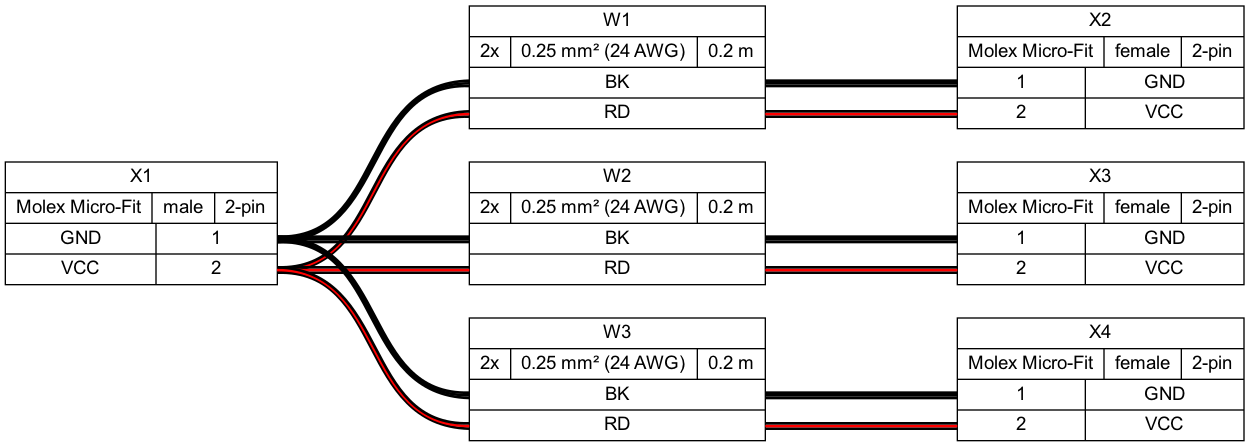
Above: examples/ex02.png in wireviz/WireViz (Graphviz), before the change. Its source is kept beside it as examples/ex02.gv. Source of this version:
```dot
graph {
	graph [bgcolor=transparent fontname=arial nodesep=0.33 rankdir=LR ranksep=2]
	node [fillcolor=white fontname=arial shape=record style=filled]
	edge [fontname=arial style=bold]
	X1 [label="X1|{Molex Micro-Fit|male|2-pin}|{{GND|VCC}|{<p1r>1|<p2r>2}}"]
	X2 [label="X2|{Molex Micro-Fit|female|2-pin}|{{<p1l>1|<p2l>2}|{GND|VCC}}"]
	X3 [label="X3|{Molex Micro-Fit|female|2-pin}|{{<p1l>1|<p2l>2}|{GND|VCC}}"]
	X4 [label="X4|{Molex Micro-Fit|female|2-pin}|{{<p1l>1|<p2l>2}|{GND|VCC}}"]
	W1 [label="W1|{2x|0.25 mm² (24 AWG)|0.2 m}|{{<w1>BK|<w2>RD}}"]
	edge [color="#000000:#000000:#000000"]
	X1:p1r -- W1:w1
	W1:w1 -- X2:p1l
	edge [color="#000000:#ff0000:#000000"]
	X1:p2r -- W1:w2
	W1:w2 -- X2:p2l
	W2 [label="W2|{2x|0.25 mm² (24 AWG)|0.2 m}|{{<w1>BK|<w2>RD}}"]
	edge [color="#000000:#000000:#000000"]
	X1:p1r -- W2:w1
	W2:w1 -- X3:p1l
	edge [color="#000000:#ff0000:#000000"]
	X1:p2r -- W2:w2
	W2:w2 -- X3:p2l
	W3 [label="W3|{2x|0.25 mm² (24 AWG)|0.2 m}|{{<w1>BK|<w2>RD}}"]
	edge [color="#000000:#000000:#000000"]
	X1:p1r -- W3:w1
	W3:w1 -- X4:p1l
	edge [color="#000000:#ff0000:#000000"]
	X1:p2r -- W3:w2
	W3:w2 -- X4:p2l
}
```
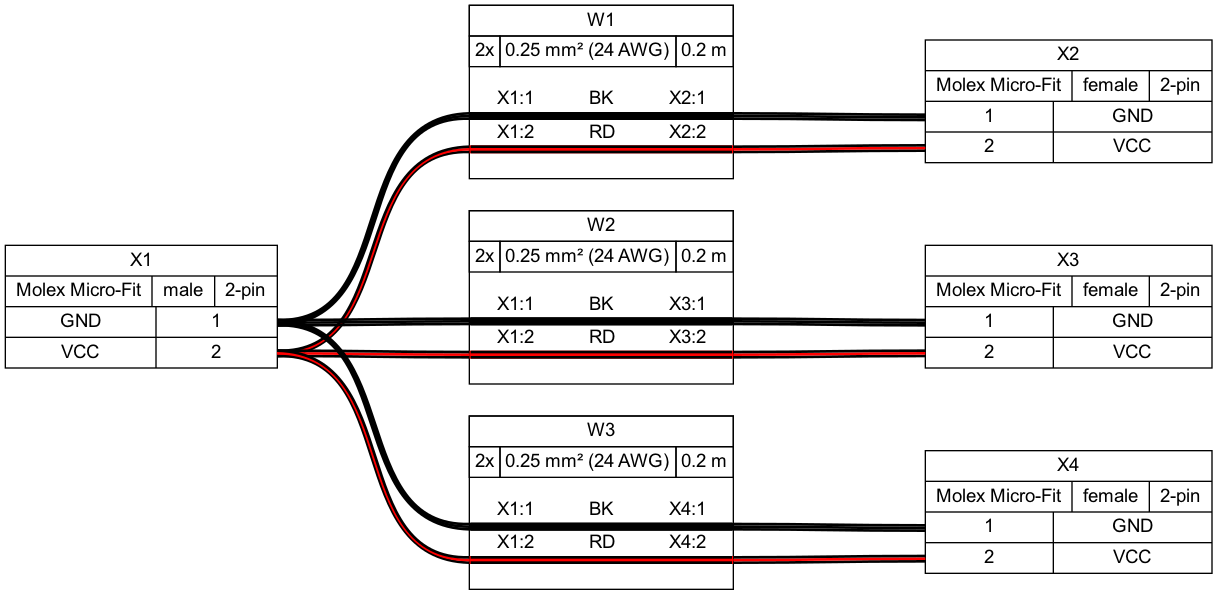
Above is the later version.

Change to the diagram source:
```diff
@@ -1,30 +1,30 @@
 graph {
-	graph [bgcolor=transparent fontname=arial nodesep=0.33 rankdir=LR ranksep=2]
+	graph [bgcolor=white fontname=arial nodesep=0.33 rankdir=LR ranksep=2]
 	node [fillcolor=white fontname=arial shape=record style=filled]
 	edge [fontname=arial style=bold]
 	X1 [label="X1|{Molex Micro-Fit|male|2-pin}|{{GND|VCC}|{<p1r>1|<p2r>2}}"]
 	X2 [label="X2|{Molex Micro-Fit|female|2-pin}|{{<p1l>1|<p2l>2}|{GND|VCC}}"]
 	X3 [label="X3|{Molex Micro-Fit|female|2-pin}|{{<p1l>1|<p2l>2}|{GND|VCC}}"]
 	X4 [label="X4|{Molex Micro-Fit|female|2-pin}|{{<p1l>1|<p2l>2}|{GND|VCC}}"]
-	W1 [label="W1|{2x|0.25 mm² (24 AWG)|0.2 m}|{{<w1>BK|<w2>RD}}"]
 	edge [color="#000000:#000000:#000000"]
-	X1:p1r -- W1:w1
-	W1:w1 -- X2:p1l
+	X1:p1r:e -- W1:w1:w
+	W1:w1:e -- X2:p1l:w
 	edge [color="#000000:#ff0000:#000000"]
-	X1:p2r -- W1:w2
-	W1:w2 -- X2:p2l
-	W2 [label="W2|{2x|0.25 mm² (24 AWG)|0.2 m}|{{<w1>BK|<w2>RD}}"]
+	X1:p2r:e -- W1:w2:w
+	W1:w2:e -- X2:p2l:w
+	W1 [label=<<table border="0" cellspacing="0" cellpadding="0"><tr><td><table border="0" cellspacing="0" cellpadding="3" cellborder="1"><tr><td colspan="3">W1</td></tr><tr><td>2x</td><td>0.25 mm² (24 AWG)</td><td>0.2 m</td></tr></table></td></tr><tr><td>&nbsp;</td></tr><tr><td><table border="0" cellspacing="0" cellborder="0"><tr><td>X1:1</td><td>BK</td><td>X2:1</td></tr><tr><td colspan="3" cellpadding="0" height="6" bgcolor="#000000" border="2" sides="tb" port="w1"></td></tr><tr><td>X1:2</td><td>RD</td><td>X2:2</td></tr><tr><td colspan="3" cellpadding="0" height="6" bgcolor="#ff0000" border="2" sides="tb" port="w2"></td></tr><tr><td>&nbsp;</td></tr></table></td></tr></table>> fillcolor=white margin=0 shape=box style=""]
 	edge [color="#000000:#000000:#000000"]
-	X1:p1r -- W2:w1
-	W2:w1 -- X3:p1l
+	X1:p1r:e -- W2:w1:w
+	W2:w1:e -- X3:p1l:w
 	edge [color="#000000:#ff0000:#000000"]
-	X1:p2r -- W2:w2
-	W2:w2 -- X3:p2l
-	W3 [label="W3|{2x|0.25 mm² (24 AWG)|0.2 m}|{{<w1>BK|<w2>RD}}"]
+	X1:p2r:e -- W2:w2:w
+	W2:w2:e -- X3:p2l:w
+	W2 [label=<<table border="0" cellspacing="0" cellpadding="0"><tr><td><table border="0" cellspacing="0" cellpadding="3" cellborder="1"><tr><td colspan="3">W2</td></tr><tr><td>2x</td><td>0.25 mm² (24 AWG)</td><td>0.2 m</td></tr></table></td></tr><tr><td>&nbsp;</td></tr><tr><td><table border="0" cellspacing="0" cellborder="0"><tr><td>X1:1</td><td>BK</td><td>X3:1</td></tr><tr><td colspan="3" cellpadding="0" height="6" bgcolor="#000000" border="2" sides="tb" port="w1"></td></tr><tr><td>X1:2</td><td>RD</td><td>X3:2</td></tr><tr><td colspan="3" cellpadding="0" height="6" bgcolor="#ff0000" border="2" sides="tb" port="w2"></td></tr><tr><td>&nbsp;</td></tr></table></td></tr></table>> fillcolor=white margin=0 shape=box style=""]
 	edge [color="#000000:#000000:#000000"]
-	X1:p1r -- W3:w1
-	W3:w1 -- X4:p1l
+	X1:p1r:e -- W3:w1:w
+	W3:w1:e -- X4:p1l:w
 	edge [color="#000000:#ff0000:#000000"]
-	X1:p2r -- W3:w2
-	W3:w2 -- X4:p2l
+	X1:p2r:e -- W3:w2:w
+	W3:w2:e -- X4:p2l:w
+	W3 [label=<<table border="0" cellspacing="0" cellpadding="0"><tr><td><table border="0" cellspacing="0" cellpadding="3" cellborder="1"><tr><td colspan="3">W3</td></tr><tr><td>2x</td><td>0.25 mm² (24 AWG)</td><td>0.2 m</td></tr></table></td></tr><tr><td>&nbsp;</td></tr><tr><td><table border="0" cellspacing="0" cellborder="0"><tr><td>X1:1</td><td>BK</td><td>X4:1</td></tr><tr><td colspan="3" cellpadding="0" height="6" bgcolor="#000000" border="2" sides="tb" port="w1"></td></tr><tr><td>X1:2</td><td>RD</td><td>X4:2</td></tr><tr><td colspan="3" cellpadding="0" height="6" bgcolor="#ff0000" border="2" sides="tb" port="w2"></td></tr><tr><td>&nbsp;</td></tr></table></td></tr></table>> fillcolor=white margin=0 shape=box style=""]
 }
```
